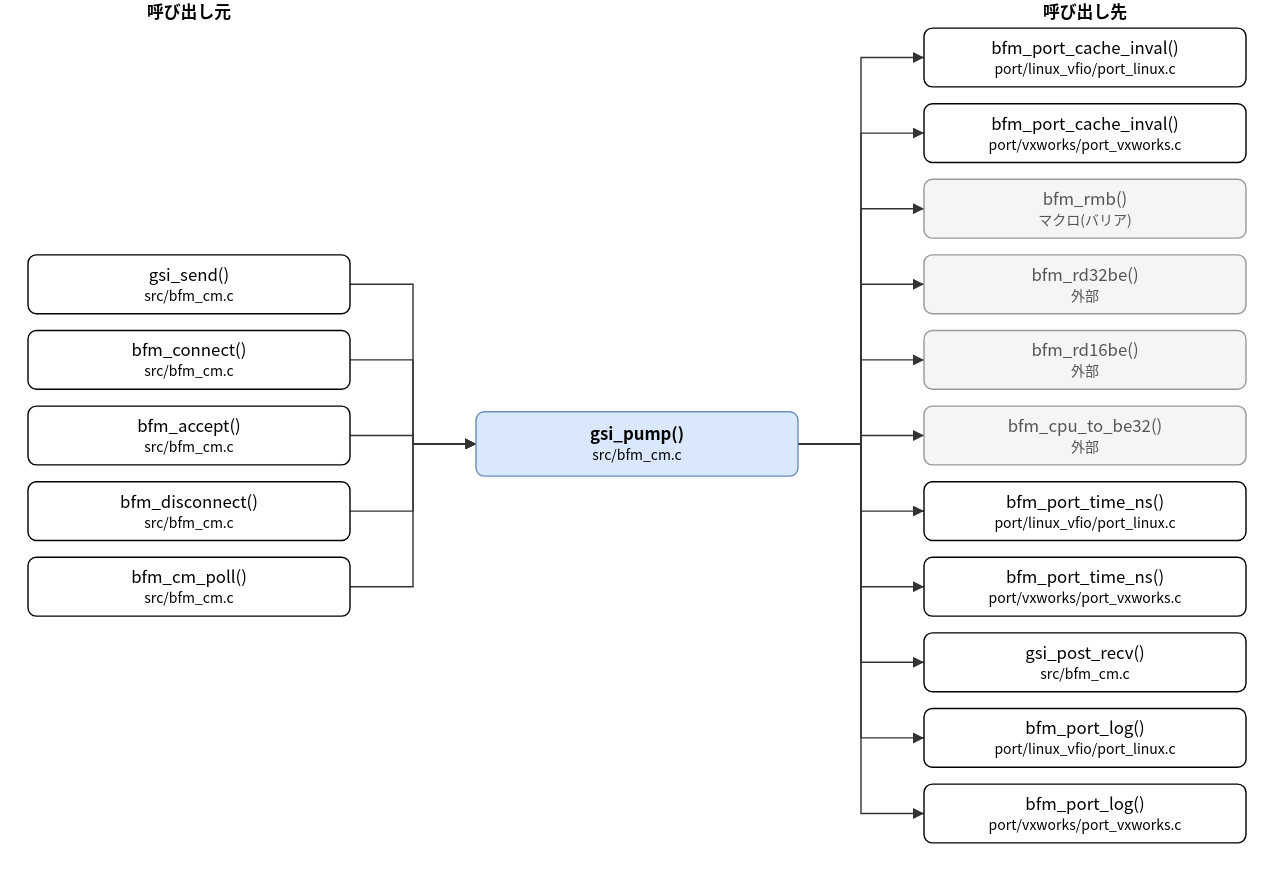
Before: doc/spec/images/call_src_bfm_cm__gsi_pump.drawio.svg, a diagram exported from draw.io (hf355051012-ai/bfmem). Source tidied: cells renumbered, new cells last; positions are measured from the earlier drawing's top-left corner, leaving out a move shared by most shapes.
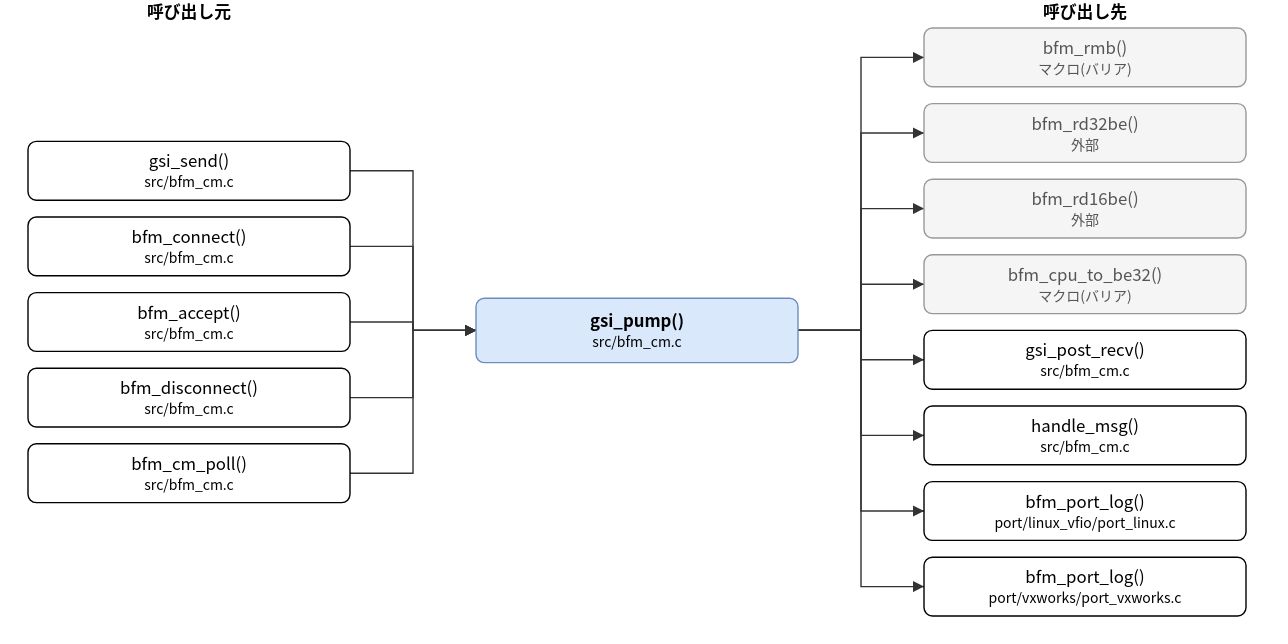
Later version of the same file.

Diff of the diagram source:
```diff
@@ -3,100 +3,91 @@
     <mxCell id="0" />
     <mxCell id="1" parent="0" />
     <mxCell id="2" value="gsi_pump()&lt;br&gt;&lt;font style=&quot;font-size:10px&quot;&gt;src/bfm_cm.c&lt;/font&gt;" style="rounded=1;whiteSpace=wrap;html=1;fillColor=#dae8fc;strokeColor=#6c8ebf;fontStyle=1;" parent="1" vertex="1">
-      <mxGeometry x="320" y="294" width="230" height="46" as="geometry" />
+      <mxGeometry x="320" y="213" width="230" height="46" as="geometry" />
     </mxCell>
     <mxCell id="3" value="gsi_send()&lt;br&gt;&lt;font style=&quot;font-size:10px&quot;&gt;src/bfm_cm.c&lt;/font&gt;" style="rounded=1;whiteSpace=wrap;html=1;" parent="1" vertex="1">
-      <mxGeometry y="182" width="230" height="42" as="geometry" />
+      <mxGeometry y="101" width="230" height="42" as="geometry" />
     </mxCell>
     <mxCell id="4" value="bfm_connect()&lt;br&gt;&lt;font style=&quot;font-size:10px&quot;&gt;src/bfm_cm.c&lt;/font&gt;" style="rounded=1;whiteSpace=wrap;html=1;" parent="1" vertex="1">
-      <mxGeometry y="236" width="230" height="42" as="geometry" />
+      <mxGeometry y="155" width="230" height="42" as="geometry" />
     </mxCell>
     <mxCell id="5" value="bfm_accept()&lt;br&gt;&lt;font style=&quot;font-size:10px&quot;&gt;src/bfm_cm.c&lt;/font&gt;" style="rounded=1;whiteSpace=wrap;html=1;" parent="1" vertex="1">
-      <mxGeometry y="290" width="230" height="42" as="geometry" />
+      <mxGeometry y="209" width="230" height="42" as="geometry" />
     </mxCell>
     <mxCell id="6" value="bfm_disconnect()&lt;br&gt;&lt;font style=&quot;font-size:10px&quot;&gt;src/bfm_cm.c&lt;/font&gt;" style="rounded=1;whiteSpace=wrap;html=1;" parent="1" vertex="1">
-      <mxGeometry y="344" width="230" height="42" as="geometry" />
+      <mxGeometry y="263" width="230" height="42" as="geometry" />
     </mxCell>
     <mxCell id="7" value="bfm_cm_poll()&lt;br&gt;&lt;font style=&quot;font-size:10px&quot;&gt;src/bfm_cm.c&lt;/font&gt;" style="rounded=1;whiteSpace=wrap;html=1;" parent="1" vertex="1">
-      <mxGeometry y="398" width="230" height="42" as="geometry" />
+      <mxGeometry y="317" width="230" height="42" as="geometry" />
     </mxCell>
-    <mxCell id="8" value="bfm_port_cache_inval()&lt;br&gt;&lt;font style=&quot;font-size:10px&quot;&gt;port/linux_vfio/port_linux.c&lt;/font&gt;" style="rounded=1;whiteSpace=wrap;html=1;" parent="1" vertex="1">
+    <mxCell id="8" value="bfm_rmb()&lt;br&gt;&lt;font style=&quot;font-size:10px&quot;&gt;マクロ(バリア)&lt;/font&gt;" style="rounded=1;whiteSpace=wrap;html=1;fillColor=#f5f5f5;strokeColor=#999999;fontColor=#555555;" parent="1" vertex="1">
       <mxGeometry x="640" y="20" width="230" height="42" as="geometry" />
     </mxCell>
-    <mxCell id="9" value="bfm_port_cache_inval()&lt;br&gt;&lt;font style=&quot;font-size:10px&quot;&gt;port/vxworks/port_vxworks.c&lt;/font&gt;" style="rounded=1;whiteSpace=wrap;html=1;" parent="1" vertex="1">
+    <mxCell id="9" value="bfm_rd32be()&lt;br&gt;&lt;font style=&quot;font-size:10px&quot;&gt;外部&lt;/font&gt;" style="rounded=1;whiteSpace=wrap;html=1;fillColor=#f5f5f5;strokeColor=#999999;fontColor=#555555;" parent="1" vertex="1">
       <mxGeometry x="640" y="74" width="230" height="42" as="geometry" />
     </mxCell>
-    <mxCell id="10" value="bfm_rmb()&lt;br&gt;&lt;font style=&quot;font-size:10px&quot;&gt;マクロ(バリア)&lt;/font&gt;" style="rounded=1;whiteSpace=wrap;html=1;fillColor=#f5f5f5;strokeColor=#999999;fontColor=#555555;" parent="1" vertex="1">
+    <mxCell id="10" value="bfm_rd16be()&lt;br&gt;&lt;font style=&quot;font-size:10px&quot;&gt;外部&lt;/font&gt;" style="rounded=1;whiteSpace=wrap;html=1;fillColor=#f5f5f5;strokeColor=#999999;fontColor=#555555;" parent="1" vertex="1">
       <mxGeometry x="640" y="128" width="230" height="42" as="geometry" />
     </mxCell>
-    <mxCell id="11" value="bfm_rd32be()&lt;br&gt;&lt;font style=&quot;font-size:10px&quot;&gt;外部&lt;/font&gt;" style="rounded=1;whiteSpace=wrap;html=1;fillColor=#f5f5f5;strokeColor=#999999;fontColor=#555555;" parent="1" vertex="1">
+    <mxCell id="11" value="bfm_cpu_to_be32()&lt;br&gt;&lt;font style=&quot;font-size:10px&quot;&gt;マクロ(バリア)&lt;/font&gt;" style="rounded=1;whiteSpace=wrap;html=1;fillColor=#f5f5f5;strokeColor=#999999;fontColor=#555555;" parent="1" vertex="1">
       <mxGeometry x="640" y="182" width="230" height="42" as="geometry" />
     </mxCell>
-    <mxCell id="12" value="bfm_rd16be()&lt;br&gt;&lt;font style=&quot;font-size:10px&quot;&gt;外部&lt;/font&gt;" style="rounded=1;whiteSpace=wrap;html=1;fillColor=#f5f5f5;strokeColor=#999999;fontColor=#555555;" parent="1" vertex="1">
+    <mxCell id="12" value="gsi_post_recv()&lt;br&gt;&lt;font style=&quot;font-size:10px&quot;&gt;src/bfm_cm.c&lt;/font&gt;" style="rounded=1;whiteSpace=wrap;html=1;" parent="1" vertex="1">
       <mxGeometry x="640" y="236" width="230" height="42" as="geometry" />
     </mxCell>
-    <mxCell id="13" value="bfm_cpu_to_be32()&lt;br&gt;&lt;font style=&quot;font-size:10px&quot;&gt;外部&lt;/font&gt;" style="rounded=1;whiteSpace=wrap;html=1;fillColor=#f5f5f5;strokeColor=#999999;fontColor=#555555;" parent="1" vertex="1">
+    <mxCell id="13" value="handle_msg()&lt;br&gt;&lt;font style=&quot;font-size:10px&quot;&gt;src/bfm_cm.c&lt;/font&gt;" style="rounded=1;whiteSpace=wrap;html=1;" parent="1" vertex="1">
       <mxGeometry x="640" y="290" width="230" height="42" as="geometry" />
     </mxCell>
-    <mxCell id="14" value="bfm_port_time_ns()&lt;br&gt;&lt;font style=&quot;font-size:10px&quot;&gt;port/linux_vfio/port_linux.c&lt;/font&gt;" style="rounded=1;whiteSpace=wrap;html=1;" parent="1" vertex="1">
+    <mxCell id="14" value="bfm_port_log()&lt;br&gt;&lt;font style=&quot;font-size:10px&quot;&gt;port/linux_vfio/port_linux.c&lt;/font&gt;" style="rounded=1;whiteSpace=wrap;html=1;" parent="1" vertex="1">
       <mxGeometry x="640" y="344" width="230" height="42" as="geometry" />
     </mxCell>
-    <mxCell id="15" value="bfm_port_time_ns()&lt;br&gt;&lt;font style=&quot;font-size:10px&quot;&gt;port/vxworks/port_vxworks.c&lt;/font&gt;" style="rounded=1;whiteSpace=wrap;html=1;" parent="1" vertex="1">
+    <mxCell id="15" value="bfm_port_log()&lt;br&gt;&lt;font style=&quot;font-size:10px&quot;&gt;port/vxworks/port_vxworks.c&lt;/font&gt;" style="rounded=1;whiteSpace=wrap;html=1;" parent="1" vertex="1">
       <mxGeometry x="640" y="398" width="230" height="42" as="geometry" />
     </mxCell>
-    <mxCell id="16" value="gsi_post_recv()&lt;br&gt;&lt;font style=&quot;font-size:10px&quot;&gt;src/bfm_cm.c&lt;/font&gt;" style="rounded=1;whiteSpace=wrap;html=1;" parent="1" vertex="1">
-      <mxGeometry x="640" y="452" width="230" height="42" as="geometry" />
-    </mxCell>
-    <mxCell id="17" value="bfm_port_log()&lt;br&gt;&lt;font style=&quot;font-size:10px&quot;&gt;port/linux_vfio/port_linux.c&lt;/font&gt;" style="rounded=1;whiteSpace=wrap;html=1;" parent="1" vertex="1">
-      <mxGeometry x="640" y="506" width="230" height="42" as="geometry" />
-    </mxCell>
-    <mxCell id="18" value="bfm_port_log()&lt;br&gt;&lt;font style=&quot;font-size:10px&quot;&gt;port/vxworks/port_vxworks.c&lt;/font&gt;" style="rounded=1;whiteSpace=wrap;html=1;" parent="1" vertex="1">
-      <mxGeometry x="640" y="560" width="230" height="42" as="geometry" />
-    </mxCell>
     <mxCell id="19" style="edgeStyle=none;html=1;rounded=0;endArrow=block;endFill=1;exitX=1.0000;exitY=0.5000;exitDx=0;exitDy=0;exitPerimeter=0;entryX=0.0000;entryY=0.5000;entryDx=0;entryDy=0;entryPerimeter=0;" parent="1" edge="1" source="3" target="2">
       <mxGeometry relative="1" as="geometry">
         <Array as="points">
-          <mxPoint x="275" y="203" />
-          <mxPoint x="275" y="317" />
+          <mxPoint x="275" y="122" />
+          <mxPoint x="275" y="236" />
         </Array>
       </mxGeometry>
     </mxCell>
     <mxCell id="20" style="edgeStyle=none;html=1;rounded=0;endArrow=block;endFill=1;exitX=1.0000;exitY=0.5000;exitDx=0;exitDy=0;exitPerimeter=0;entryX=0.0000;entryY=0.5000;entryDx=0;entryDy=0;entryPerimeter=0;" parent="1" edge="1" source="4" target="2">
       <mxGeometry relative="1" as="geometry">
         <Array as="points">
-          <mxPoint x="275" y="257" />
-          <mxPoint x="275" y="317" />
+          <mxPoint x="275" y="176" />
+          <mxPoint x="275" y="236" />
         </Array>
       </mxGeometry>
     </mxCell>
     <mxCell id="21" style="edgeStyle=none;html=1;rounded=0;endArrow=block;endFill=1;exitX=1.0000;exitY=0.5000;exitDx=0;exitDy=0;exitPerimeter=0;entryX=0.0000;entryY=0.5000;entryDx=0;entryDy=0;entryPerimeter=0;" parent="1" edge="1" source="5" target="2">
       <mxGeometry relative="1" as="geometry">
         <Array as="points">
-          <mxPoint x="275" y="311" />
-          <mxPoint x="275" y="317" />
+          <mxPoint x="275" y="230" />
+          <mxPoint x="275" y="236" />
         </Array>
       </mxGeometry>
     </mxCell>
     <mxCell id="22" style="edgeStyle=none;html=1;rounded=0;endArrow=block;endFill=1;exitX=1.0000;exitY=0.5000;exitDx=0;exitDy=0;exitPerimeter=0;entryX=0.0000;entryY=0.5000;entryDx=0;entryDy=0;entryPerimeter=0;" parent="1" edge="1" source="6" target="2">
       <mxGeometry relative="1" as="geometry">
         <Array as="points">
-          <mxPoint x="275" y="365" />
-          <mxPoint x="275" y="317" />
+          <mxPoint x="275" y="284" />
+          <mxPoint x="275" y="236" />
         </Array>
       </mxGeometry>
     </mxCell>
     <mxCell id="23" style="edgeStyle=none;html=1;rounded=0;endArrow=block;endFill=1;exitX=1.0000;exitY=0.5000;exitDx=0;exitDy=0;exitPerimeter=0;entryX=0.0000;entryY=0.5000;entryDx=0;entryDy=0;entryPerimeter=0;" parent="1" edge="1" source="7" target="2">
       <mxGeometry relative="1" as="geometry">
         <Array as="points">
-          <mxPoint x="275" y="419" />
-          <mxPoint x="275" y="317" />
+          <mxPoint x="275" y="338" />
+          <mxPoint x="275" y="236" />
         </Array>
       </mxGeometry>
     </mxCell>
     <mxCell id="24" style="edgeStyle=none;html=1;rounded=0;endArrow=block;endFill=1;exitX=1.0000;exitY=0.5000;exitDx=0;exitDy=0;exitPerimeter=0;entryX=0.0000;entryY=0.5000;entryDx=0;entryDy=0;entryPerimeter=0;" parent="1" edge="1" source="2" target="8">
       <mxGeometry relative="1" as="geometry">
         <Array as="points">
-          <mxPoint x="595" y="317" />
+          <mxPoint x="595" y="236" />
           <mxPoint x="595" y="41" />
         </Array>
       </mxGeometry>
@@ -104,7 +95,7 @@
     <mxCell id="25" style="edgeStyle=none;html=1;rounded=0;endArrow=block;endFill=1;exitX=1.0000;exitY=0.5000;exitDx=0;exitDy=0;exitPerimeter=0;entryX=0.0000;entryY=0.5000;entryDx=0;entryDy=0;entryPerimeter=0;" parent="1" edge="1" source="2" target="9">
       <mxGeometry relative="1" as="geometry">
         <Array as="points">
-          <mxPoint x="595" y="317" />
+          <mxPoint x="595" y="236" />
           <mxPoint x="595" y="95" />
         </Array>
       </mxGeometry>
@@ -112,7 +103,7 @@
     <mxCell id="26" style="edgeStyle=none;html=1;rounded=0;endArrow=block;endFill=1;exitX=1.0000;exitY=0.5000;exitDx=0;exitDy=0;exitPerimeter=0;entryX=0.0000;entryY=0.5000;entryDx=0;entryDy=0;entryPerimeter=0;" parent="1" edge="1" source="2" target="10">
       <mxGeometry relative="1" as="geometry">
         <Array as="points">
-          <mxPoint x="595" y="317" />
+          <mxPoint x="595" y="236" />
           <mxPoint x="595" y="149" />
         </Array>
       </mxGeometry>
@@ -120,7 +111,7 @@
     <mxCell id="27" style="edgeStyle=none;html=1;rounded=0;endArrow=block;endFill=1;exitX=1.0000;exitY=0.5000;exitDx=0;exitDy=0;exitPerimeter=0;entryX=0.0000;entryY=0.5000;entryDx=0;entryDy=0;entryPerimeter=0;" parent="1" edge="1" source="2" target="11">
       <mxGeometry relative="1" as="geometry">
         <Array as="points">
-          <mxPoint x="595" y="317" />
+          <mxPoint x="595" y="236" />
           <mxPoint x="595" y="203" />
         </Array>
       </mxGeometry>
@@ -128,7 +119,7 @@
     <mxCell id="28" style="edgeStyle=none;html=1;rounded=0;endArrow=block;endFill=1;exitX=1.0000;exitY=0.5000;exitDx=0;exitDy=0;exitPerimeter=0;entryX=0.0000;entryY=0.5000;entryDx=0;entryDy=0;entryPerimeter=0;" parent="1" edge="1" source="2" target="12">
       <mxGeometry relative="1" as="geometry">
         <Array as="points">
-          <mxPoint x="595" y="317" />
+          <mxPoint x="595" y="236" />
           <mxPoint x="595" y="257" />
         </Array>
       </mxGeometry>
@@ -136,7 +127,7 @@
     <mxCell id="29" style="edgeStyle=none;html=1;rounded=0;endArrow=block;endFill=1;exitX=1.0000;exitY=0.5000;exitDx=0;exitDy=0;exitPerimeter=0;entryX=0.0000;entryY=0.5000;entryDx=0;entryDy=0;entryPerimeter=0;" parent="1" edge="1" source="2" target="13">
       <mxGeometry relative="1" as="geometry">
         <Array as="points">
-          <mxPoint x="595" y="317" />
+          <mxPoint x="595" y="236" />
           <mxPoint x="595" y="311" />
         </Array>
       </mxGeometry>
@@ -144,7 +135,7 @@
     <mxCell id="30" style="edgeStyle=none;html=1;rounded=0;endArrow=block;endFill=1;exitX=1.0000;exitY=0.5000;exitDx=0;exitDy=0;exitPerimeter=0;entryX=0.0000;entryY=0.5000;entryDx=0;entryDy=0;entryPerimeter=0;" parent="1" edge="1" source="2" target="14">
       <mxGeometry relative="1" as="geometry">
         <Array as="points">
-          <mxPoint x="595" y="317" />
+          <mxPoint x="595" y="236" />
           <mxPoint x="595" y="365" />
         </Array>
       </mxGeometry>
@@ -152,35 +143,11 @@
     <mxCell id="31" style="edgeStyle=none;html=1;rounded=0;endArrow=block;endFill=1;exitX=1.0000;exitY=0.5000;exitDx=0;exitDy=0;exitPerimeter=0;entryX=0.0000;entryY=0.5000;entryDx=0;entryDy=0;entryPerimeter=0;" parent="1" edge="1" source="2" target="15">
       <mxGeometry relative="1" as="geometry">
         <Array as="points">
-          <mxPoint x="595" y="317" />
+          <mxPoint x="595" y="236" />
           <mxPoint x="595" y="419" />
         </Array>
       </mxGeometry>
     </mxCell>
-    <mxCell id="32" style="edgeStyle=none;html=1;rounded=0;endArrow=block;endFill=1;exitX=1.0000;exitY=0.5000;exitDx=0;exitDy=0;exitPerimeter=0;entryX=0.0000;entryY=0.5000;entryDx=0;entryDy=0;entryPerimeter=0;" parent="1" edge="1" source="2" target="16">
-      <mxGeometry relative="1" as="geometry">
-        <Array as="points">
-          <mxPoint x="595" y="317" />
-          <mxPoint x="595" y="473" />
-        </Array>
-      </mxGeometry>
-    </mxCell>
-    <mxCell id="33" style="edgeStyle=none;html=1;rounded=0;endArrow=block;endFill=1;exitX=1.0000;exitY=0.5000;exitDx=0;exitDy=0;exitPerimeter=0;entryX=0.0000;entryY=0.5000;entryDx=0;entryDy=0;entryPerimeter=0;" parent="1" edge="1" source="2" target="17">
-      <mxGeometry relative="1" as="geometry">
-        <Array as="points">
-          <mxPoint x="595" y="317" />
-          <mxPoint x="595" y="527" />
-        </Array>
-      </mxGeometry>
-    </mxCell>
-    <mxCell id="34" style="edgeStyle=none;html=1;rounded=0;endArrow=block;endFill=1;exitX=1.0000;exitY=0.5000;exitDx=0;exitDy=0;exitPerimeter=0;entryX=0.0000;entryY=0.5000;entryDx=0;entryDy=0;entryPerimeter=0;" parent="1" edge="1" source="2" target="18">
-      <mxGeometry relative="1" as="geometry">
-        <Array as="points">
-          <mxPoint x="595" y="317" />
-          <mxPoint x="595" y="581" />
-        </Array>
-      </mxGeometry>
-    </mxCell>
     <mxCell id="35" value="呼び出し元" style="text;html=1;align=center;fontStyle=1;" parent="1" vertex="1">
       <mxGeometry x="35" width="160" height="18" as="geometry" />
     </mxCell>
```
